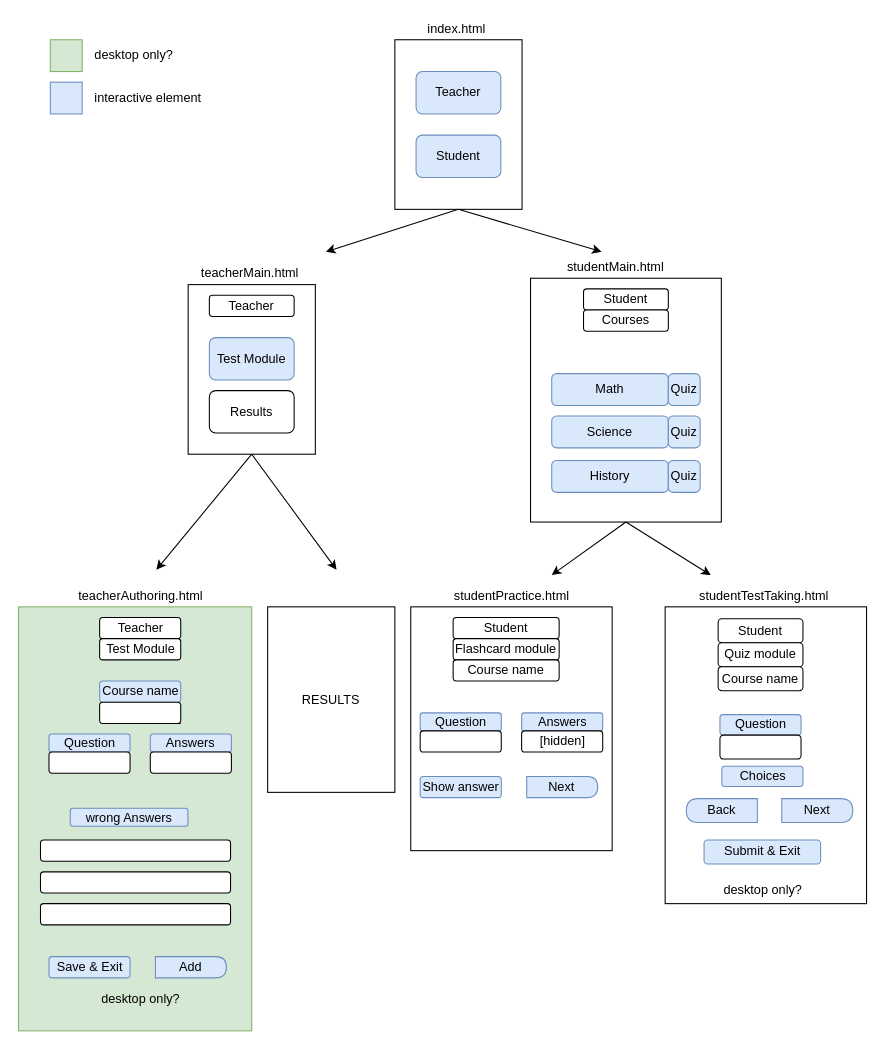
Yousef-Emadi/ZOE-Website keeps this draw.io diagram as page "index" (1 of 6) of ZOEflashCardDiagram.drawio. Above is the earlier version. Source tidied: cells renumbered, new cells numbered last; positions are measured from the earlier drawing's top-left corner, leaving out a move shared by most shapes. Both pictures are drawn from the tidied source at 106%, with x=0, y=0 at pixel (18, 18).
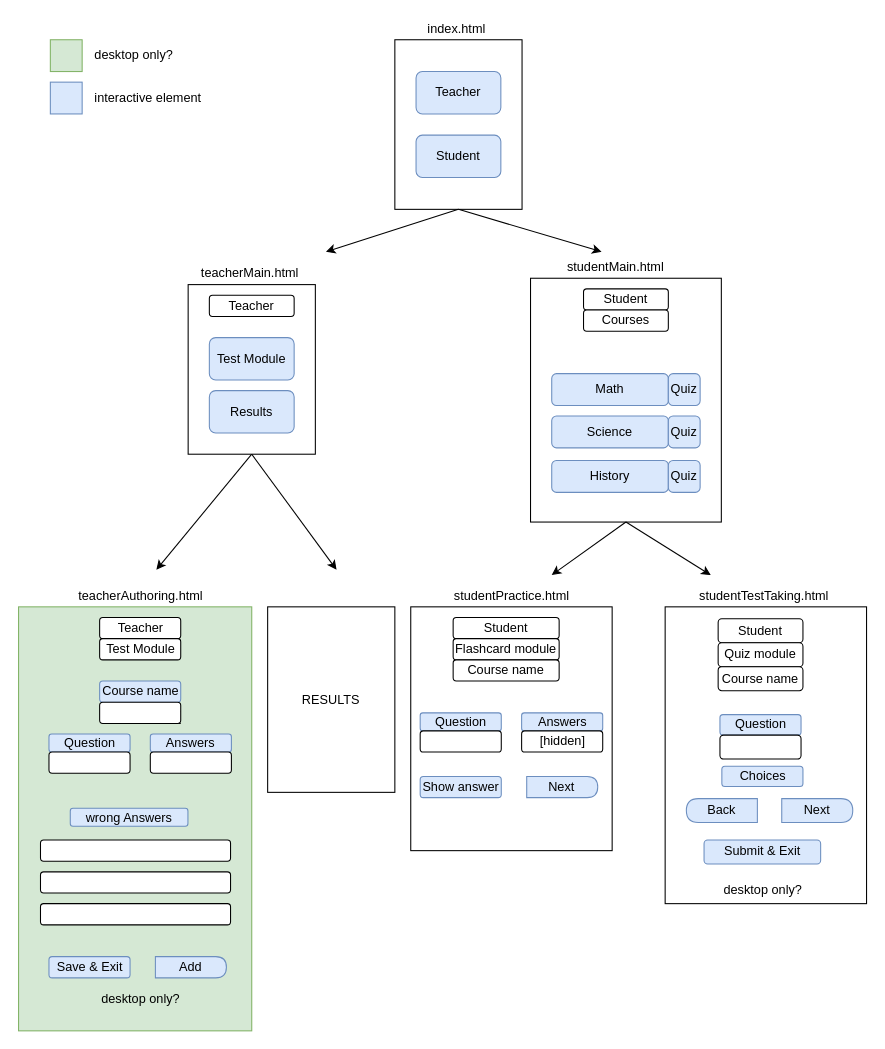
Above is the later version.

Unchanged cells that the change refers to:
```xml
<mxCell id="42" style="group;" parent="1" vertex="1">
  <mxGeometry x="160" y="251" width="120" height="160" as="geometry" />
</mxCell>
```

Diff of the diagram source:
```diff
@@
-    <mxCell id="46" value="Results" style="rounded=1;whiteSpace=wrap;html=1;" parent="42" vertex="1">
+    <mxCell id="46" value="Results" style="rounded=1;whiteSpace=wrap;html=1;fillColor=#dae8fc;strokeColor=#6c8ebf;" parent="42" vertex="1">
       <mxGeometry x="20" y="100" width="80" height="40" as="geometry" />
     </mxCell>
```
